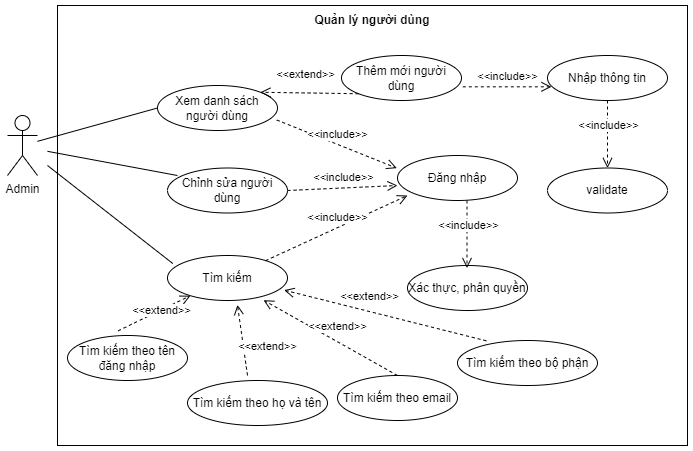
Earlier version of the draw.io export diagram/usecase/9.QLND.png (trankhoa2000/DATN-2022). Source tidied: cells renumbered, new cells last; positions are measured from the earlier drawing's top-left corner, leaving out a move shared by most shapes. Source of this version:
```xml
<mxGraphModel>
  <root>
    <mxCell id="0" />
    <mxCell id="1" parent="0" />
    <mxCell id="2" value="Admin" style="shape=umlActor;verticalLabelPosition=bottom;verticalAlign=top;html=1;fillColor=none;" parent="1" vertex="1">
      <mxGeometry y="110" width="30" height="60" as="geometry" />
    </mxCell>
    <mxCell id="3" style="endArrow=none;html=1;rounded=0;strokeWidth=1;entryX=0;entryY=0.5;entryDx=0;entryDy=0;" parent="1" edge="1" source="2" target="8">
      <mxGeometry relative="1" as="geometry" />
    </mxCell>
    <mxCell id="4" style="rounded=0;whiteSpace=wrap;html=1;fillColor=none;" parent="1" vertex="1">
      <mxGeometry x="50" width="630" height="440" as="geometry" />
    </mxCell>
    <mxCell id="5" value="&lt;b&gt;Quản lý người dùng&lt;/b&gt;" style="text;html=1;strokeColor=none;fillColor=none;align=center;verticalAlign=middle;whiteSpace=wrap;rounded=0;" parent="1" vertex="1">
      <mxGeometry x="300" width="130" height="30" as="geometry" />
    </mxCell>
    <mxCell id="6" value="Đăng nhập" style="ellipse;whiteSpace=wrap;html=1;fillColor=none;" parent="1" vertex="1">
      <mxGeometry x="390" y="150" width="120" height="45" as="geometry" />
    </mxCell>
    <mxCell id="7" value="&amp;lt;&amp;lt;include&amp;gt;&amp;gt;" style="html=1;verticalAlign=bottom;endArrow=open;dashed=1;endSize=8;rounded=0;entryX=0.033;entryY=0.696;entryDx=0;entryDy=0;exitX=1.011;exitY=0.696;exitDx=0;exitDy=0;exitPerimeter=0;entryPerimeter=0;" parent="1" edge="1" source="9" target="11">
      <mxGeometry x="0.01" y="1" relative="1" as="geometry" />
    </mxCell>
    <mxCell id="8" value="Xem danh sách người dùng" style="ellipse;whiteSpace=wrap;html=1;fillColor=none;" parent="1" vertex="1">
      <mxGeometry x="150" y="80" width="120" height="45" as="geometry" />
    </mxCell>
    <mxCell id="9" value="Thêm mới người dùng" style="ellipse;whiteSpace=wrap;html=1;fillColor=none;" parent="1" vertex="1">
      <mxGeometry x="334" y="50" width="120" height="45" as="geometry" />
    </mxCell>
    <mxCell id="10" value="&amp;lt;&amp;lt;extend&amp;gt;&amp;gt;" style="html=1;verticalAlign=bottom;endArrow=open;dashed=1;endSize=8;rounded=0;strokeWidth=1;exitX=0;exitY=1;exitDx=0;exitDy=0;entryX=1;entryY=0;entryDx=0;entryDy=0;" parent="1" edge="1" source="9" target="8">
      <mxGeometry x="0.08" y="-9" relative="1" as="geometry" />
    </mxCell>
    <mxCell id="11" value="Nhập thông tin" style="ellipse;whiteSpace=wrap;html=1;fillColor=none;" parent="1" vertex="1">
      <mxGeometry x="540" y="50" width="120" height="45" as="geometry" />
    </mxCell>
    <mxCell id="12" value="validate" style="ellipse;whiteSpace=wrap;html=1;fillColor=none;" parent="1" vertex="1">
      <mxGeometry x="540" y="162.5" width="120" height="45" as="geometry" />
    </mxCell>
    <mxCell id="13" value="&amp;lt;&amp;lt;include&amp;gt;&amp;gt;" style="html=1;verticalAlign=bottom;endArrow=open;dashed=1;endSize=8;rounded=0;entryX=0.5;entryY=0;entryDx=0;entryDy=0;" parent="1" edge="1" source="11" target="12">
      <mxGeometry x="0.01" y="1" relative="1" as="geometry" />
    </mxCell>
    <mxCell id="14" value="&amp;lt;&amp;lt;include&amp;gt;&amp;gt;" style="html=1;verticalAlign=bottom;endArrow=open;dashed=1;endSize=8;rounded=0;entryX=-0.006;entryY=0.281;entryDx=0;entryDy=0;exitX=0.994;exitY=0.767;exitDx=0;exitDy=0;exitPerimeter=0;entryPerimeter=0;" parent="1" edge="1" source="8" target="6">
      <mxGeometry x="0.01" y="1" relative="1" as="geometry" />
    </mxCell>
    <mxCell id="15" value="Chỉnh sửa người dùng" style="ellipse;whiteSpace=wrap;html=1;fillColor=none;" parent="1" vertex="1">
      <mxGeometry x="160" y="162.5" width="120" height="45" as="geometry" />
    </mxCell>
    <mxCell id="16" style="endArrow=none;html=1;rounded=0;strokeWidth=1;entryX=0.083;entryY=0.167;entryDx=0;entryDy=0;entryPerimeter=0;" parent="1" edge="1" target="15">
      <mxGeometry relative="1" as="geometry">
        <mxPoint x="40" y="145.8" as="sourcePoint" />
      </mxGeometry>
    </mxCell>
    <mxCell id="17" value="&amp;lt;&amp;lt;include&amp;gt;&amp;gt;" style="html=1;verticalAlign=bottom;endArrow=open;dashed=1;endSize=8;rounded=0;entryX=0;entryY=0.667;entryDx=0;entryDy=0;exitX=1;exitY=0.5;exitDx=0;exitDy=0;entryPerimeter=0;" parent="1" edge="1" source="15" target="6">
      <mxGeometry x="0.01" y="1" relative="1" as="geometry" />
    </mxCell>
    <mxCell id="18" value="Xác thực, phân quyền" style="ellipse;whiteSpace=wrap;html=1;fillColor=none;" parent="1" vertex="1">
      <mxGeometry x="400" y="260" width="120" height="45" as="geometry" />
    </mxCell>
    <mxCell id="19" value="&amp;lt;&amp;lt;include&amp;gt;&amp;gt;" style="html=1;verticalAlign=bottom;endArrow=open;dashed=1;endSize=8;rounded=0;entryX=0.5;entryY=0;entryDx=0;entryDy=0;" parent="1" edge="1">
      <mxGeometry x="0.01" y="1" relative="1" as="geometry">
        <mxPoint x="459.5" y="195" as="sourcePoint" />
        <mxPoint x="459.5" y="262.5" as="targetPoint" />
      </mxGeometry>
    </mxCell>
    <mxCell id="20" value="Tìm kiếm" style="ellipse;whiteSpace=wrap;html=1;fillColor=none;" parent="1" vertex="1">
      <mxGeometry x="160" y="250" width="120" height="45" as="geometry" />
    </mxCell>
    <mxCell id="21" style="endArrow=none;html=1;rounded=0;strokeWidth=1;entryX=0.044;entryY=0.178;entryDx=0;entryDy=0;entryPerimeter=0;" parent="1" edge="1" target="20">
      <mxGeometry relative="1" as="geometry">
        <mxPoint x="40" y="160" as="sourcePoint" />
      </mxGeometry>
    </mxCell>
    <mxCell id="22" value="&amp;lt;&amp;lt;include&amp;gt;&amp;gt;" style="html=1;verticalAlign=bottom;endArrow=open;dashed=1;endSize=8;rounded=0;entryX=0;entryY=0.667;entryDx=0;entryDy=0;entryPerimeter=0;" parent="1" edge="1" source="20">
      <mxGeometry x="0.01" y="1" relative="1" as="geometry">
        <mxPoint x="400" y="190" as="targetPoint" />
      </mxGeometry>
    </mxCell>
    <mxCell id="23" value="Tìm kiếm theo tên đăng nhập" style="ellipse;whiteSpace=wrap;html=1;fillColor=none;" parent="1" vertex="1">
      <mxGeometry x="60" y="330" width="120" height="45" as="geometry" />
    </mxCell>
    <mxCell id="24" value="Tìm kiếm theo họ và tên" style="ellipse;whiteSpace=wrap;html=1;fillColor=none;" parent="1" vertex="1">
      <mxGeometry x="180" y="375" width="140" height="45" as="geometry" />
    </mxCell>
    <mxCell id="25" value="Tìm kiếm theo email" style="ellipse;whiteSpace=wrap;html=1;fillColor=none;" parent="1" vertex="1">
      <mxGeometry x="330" y="370" width="120" height="45" as="geometry" />
    </mxCell>
    <mxCell id="26" value="Tìm kiếm theo bộ phận" style="ellipse;whiteSpace=wrap;html=1;fillColor=none;" parent="1" vertex="1">
      <mxGeometry x="450" y="335" width="140" height="45" as="geometry" />
    </mxCell>
    <mxCell id="27" value="&amp;lt;&amp;lt;extend&amp;gt;&amp;gt;" style="html=1;verticalAlign=bottom;endArrow=open;dashed=1;endSize=8;rounded=0;strokeWidth=1;exitX=0.422;exitY=-0.104;exitDx=0;exitDy=0;exitPerimeter=0;" parent="1" edge="1" source="23" target="20">
      <mxGeometry x="0.08" y="-9" relative="1" as="geometry" />
    </mxCell>
    <mxCell id="28" value="&amp;lt;&amp;lt;extend&amp;gt;&amp;gt;" style="html=1;verticalAlign=bottom;endArrow=open;dashed=1;endSize=8;rounded=0;strokeWidth=1;entryX=0.583;entryY=1.096;entryDx=0;entryDy=0;entryPerimeter=0;" parent="1" edge="1" target="20">
      <mxGeometry x="-0.52" y="-23" relative="1" as="geometry">
        <mxPoint x="240" y="370" as="sourcePoint" />
      </mxGeometry>
    </mxCell>
    <mxCell id="29" value="&amp;lt;&amp;lt;extend&amp;gt;&amp;gt;" style="html=1;verticalAlign=bottom;endArrow=open;dashed=1;endSize=8;rounded=0;strokeWidth=1;entryX=0.8;entryY=0.993;entryDx=0;entryDy=0;entryPerimeter=0;exitX=0.5;exitY=0;exitDx=0;exitDy=0;" parent="1" edge="1" source="25" target="20">
      <mxGeometry x="-0.06" y="-5" relative="1" as="geometry" />
    </mxCell>
    <mxCell id="30" value="&amp;lt;&amp;lt;extend&amp;gt;&amp;gt;" style="html=1;verticalAlign=bottom;endArrow=open;dashed=1;endSize=8;rounded=0;strokeWidth=1;entryX=0.972;entryY=0.77;entryDx=0;entryDy=0;entryPerimeter=0;exitX=0.206;exitY=0.007;exitDx=0;exitDy=0;exitPerimeter=0;" parent="1" edge="1" source="26" target="20">
      <mxGeometry x="0.17" y="-6" relative="1" as="geometry" />
    </mxCell>
  </root>
</mxGraphModel>
```
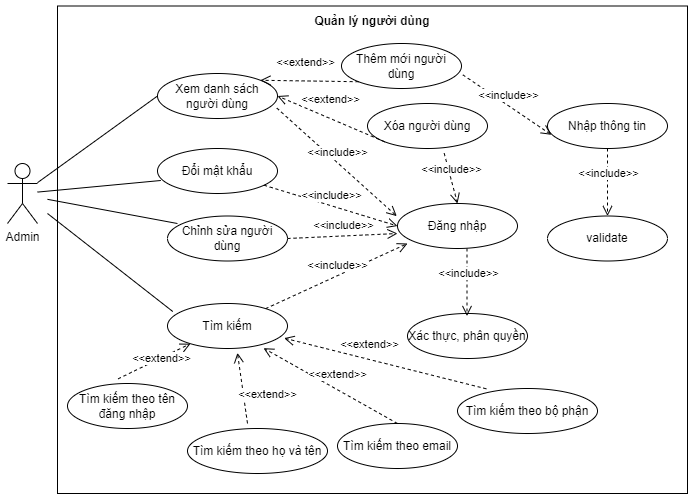
Later version of the same file.

What changed in the source:
```diff
@@ -9,10 +9,10 @@
       <mxGeometry relative="1" as="geometry" />
     </mxCell>
     <mxCell id="4" style="rounded=0;whiteSpace=wrap;html=1;fillColor=none;" parent="1" vertex="1">
-      <mxGeometry x="50" width="630" height="440" as="geometry" />
+      <mxGeometry x="50" y="-47.5" width="630" height="487.5" as="geometry" />
     </mxCell>
     <mxCell id="5" value="&lt;b&gt;Quản lý người dùng&lt;/b&gt;" style="text;html=1;strokeColor=none;fillColor=none;align=center;verticalAlign=middle;whiteSpace=wrap;rounded=0;" parent="1" vertex="1">
-      <mxGeometry x="300" width="130" height="30" as="geometry" />
+      <mxGeometry x="300" y="-47.5" width="130" height="30" as="geometry" />
     </mxCell>
     <mxCell id="6" value="Đăng nhập" style="ellipse;whiteSpace=wrap;html=1;fillColor=none;" parent="1" vertex="1">
       <mxGeometry x="390" y="150" width="120" height="45" as="geometry" />
@@ -21,10 +21,10 @@
       <mxGeometry x="0.01" y="1" relative="1" as="geometry" />
     </mxCell>
     <mxCell id="8" value="Xem danh sách người dùng" style="ellipse;whiteSpace=wrap;html=1;fillColor=none;" parent="1" vertex="1">
-      <mxGeometry x="150" y="80" width="120" height="45" as="geometry" />
+      <mxGeometry x="150" y="20" width="120" height="45" as="geometry" />
     </mxCell>
     <mxCell id="9" value="Thêm mới người dùng" style="ellipse;whiteSpace=wrap;html=1;fillColor=none;" parent="1" vertex="1">
-      <mxGeometry x="334" y="50" width="120" height="45" as="geometry" />
+      <mxGeometry x="334" y="-10" width="120" height="45" as="geometry" />
     </mxCell>
     <mxCell id="10" value="&amp;lt;&amp;lt;extend&amp;gt;&amp;gt;" style="html=1;verticalAlign=bottom;endArrow=open;dashed=1;endSize=8;rounded=0;strokeWidth=1;exitX=0;exitY=1;exitDx=0;exitDy=0;entryX=1;entryY=0;entryDx=0;entryDy=0;" parent="1" edge="1" source="9" target="8">
       <mxGeometry x="0.08" y="-9" relative="1" as="geometry" />
@@ -100,5 +100,23 @@
     <mxCell id="30" value="&amp;lt;&amp;lt;extend&amp;gt;&amp;gt;" style="html=1;verticalAlign=bottom;endArrow=open;dashed=1;endSize=8;rounded=0;strokeWidth=1;entryX=0.972;entryY=0.77;entryDx=0;entryDy=0;entryPerimeter=0;exitX=0.206;exitY=0.007;exitDx=0;exitDy=0;exitPerimeter=0;" parent="1" edge="1" source="26" target="20">
       <mxGeometry x="0.17" y="-6" relative="1" as="geometry" />
     </mxCell>
+    <mxCell id="31" value="Xóa người dùng" style="ellipse;whiteSpace=wrap;html=1;fillColor=none;" parent="1" vertex="1">
+      <mxGeometry x="360" y="50" width="120" height="45" as="geometry" />
+    </mxCell>
+    <mxCell id="32" value="&amp;lt;&amp;lt;extend&amp;gt;&amp;gt;" style="html=1;verticalAlign=bottom;endArrow=open;dashed=1;endSize=8;rounded=0;strokeWidth=1;exitX=0;exitY=1;exitDx=0;exitDy=0;entryX=1;entryY=0.5;entryDx=0;entryDy=0;" parent="1" edge="1" source="31" target="8">
+      <mxGeometry x="0.08" y="-9" relative="1" as="geometry" />
+    </mxCell>
+    <mxCell id="33" value="&amp;lt;&amp;lt;include&amp;gt;&amp;gt;" style="html=1;verticalAlign=bottom;endArrow=open;dashed=1;endSize=8;rounded=0;entryX=0.5;entryY=0;entryDx=0;entryDy=0;exitX=0.639;exitY=1.104;exitDx=0;exitDy=0;exitPerimeter=0;" parent="1" edge="1" source="31" target="6">
+      <mxGeometry x="0.01" y="1" relative="1" as="geometry" />
+    </mxCell>
+    <mxCell id="34" value="Đổi mật khẩu" style="ellipse;whiteSpace=wrap;html=1;fillColor=none;" parent="1" vertex="1">
+      <mxGeometry x="150" y="95" width="120" height="45" as="geometry" />
+    </mxCell>
+    <mxCell id="35" style="endArrow=none;html=1;rounded=0;strokeWidth=1;entryX=0.028;entryY=0.711;entryDx=0;entryDy=0;entryPerimeter=0;" parent="1" edge="1" source="2" target="34">
+      <mxGeometry relative="1" as="geometry" />
+    </mxCell>
+    <mxCell id="36" value="&amp;lt;&amp;lt;include&amp;gt;&amp;gt;" style="html=1;verticalAlign=bottom;endArrow=open;dashed=1;endSize=8;rounded=0;entryX=0;entryY=0.5;entryDx=0;entryDy=0;" parent="1" edge="1" source="34" target="6">
+      <mxGeometry x="0.01" y="1" relative="1" as="geometry" />
+    </mxCell>
   </root>
 </mxGraphModel>
```
